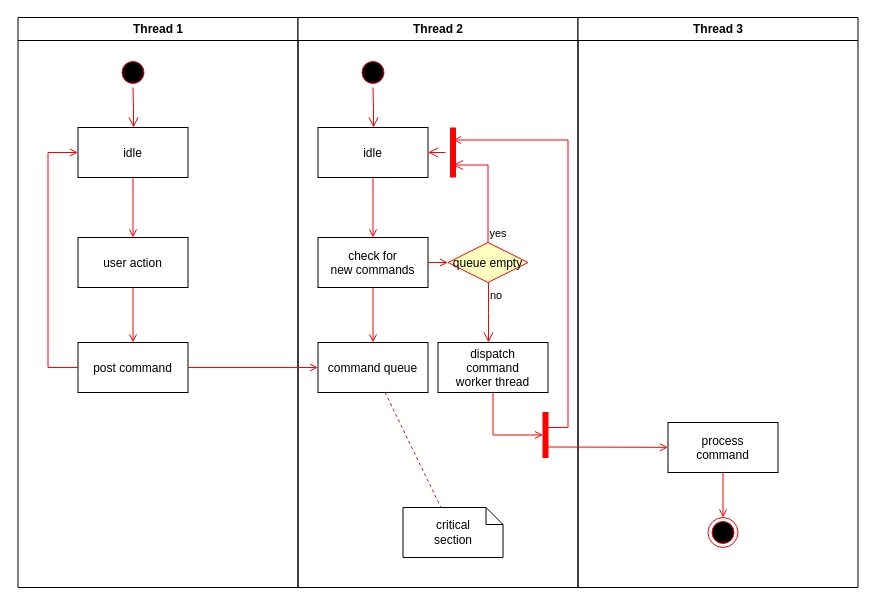
Earlier version of the draw.io diagram Flowchart - Run action.drawio (Tymo66/drawio). Source tidied: cells renumbered, new cells numbered last; positions are measured from the earlier drawing's top-left corner, leaving out a move shared by most shapes. Both pictures are drawn from the tidied source at 100%, with x=0, y=0 at pixel (17, 17).
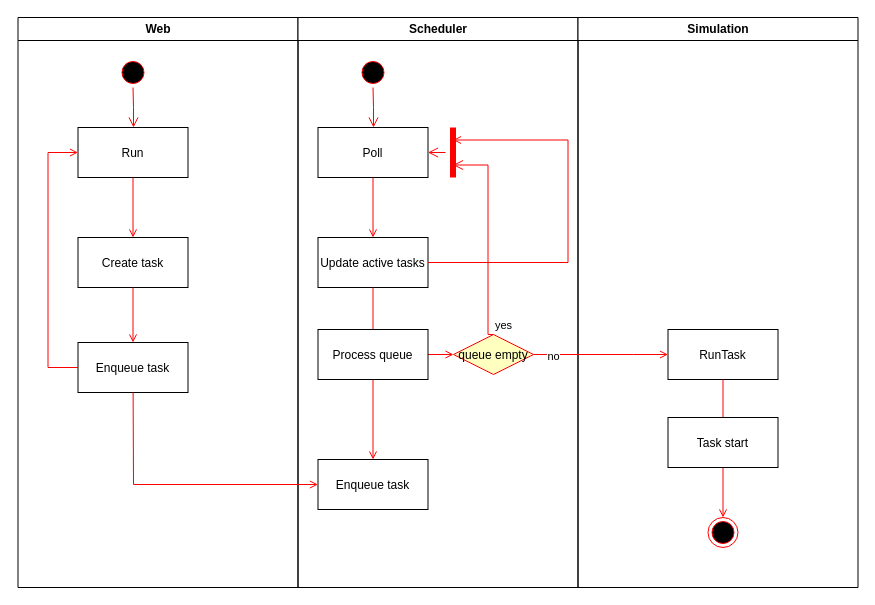
Above is the later version.

The change refers to these unchanged cells:
```xml
<mxCell id="23" style="shape=line;strokeWidth=6;strokeColor=#ff0000;rotation=90;" parent="11" vertex="1">
  <mxGeometry x="130" y="127.5" width="50" height="15" as="geometry" />
</mxCell>
```

Diff of the diagram source:
```diff
@@
-    <mxCell id="2" value="Thread 1" style="swimlane;whiteSpace=wrap;" parent="1" vertex="1">
+    <mxCell id="2" value="Web" style="swimlane;whiteSpace=wrap;" parent="1" vertex="1">
       <mxGeometry x="0.5" width="280" height="570" as="geometry" />
     </mxCell>
@@
-    <mxCell id="5" value="idle" parent="2" vertex="1">
+    <mxCell id="5" value="Run" parent="2" vertex="1">
       <mxGeometry x="60" y="110" width="110" height="50" as="geometry" />
     </mxCell>
-    <mxCell id="6" value="user action" parent="2" vertex="1">
+    <mxCell id="6" value="Create task" parent="2" vertex="1">
       <mxGeometry x="60" y="220" width="110" height="50" as="geometry" />
     </mxCell>
@@
-    <mxCell id="8" value="post command" parent="2" vertex="1">
+    <mxCell id="8" value="Enqueue task" parent="2" vertex="1">
       <mxGeometry x="60" y="325" width="110" height="50" as="geometry" />
     </mxCell>
@@
-    <mxCell id="11" value="Thread 2" style="swimlane;whiteSpace=wrap;" parent="1" vertex="1">
+    <mxCell id="11" value="Scheduler" style="swimlane;whiteSpace=wrap;" parent="1" vertex="1">
       <mxGeometry x="280.5" width="280" height="570" as="geometry" />
     </mxCell>
@@
-    <mxCell id="14" value="idle" parent="11" vertex="1">
+    <mxCell id="14" value="Poll" parent="11" vertex="1">
       <mxGeometry x="20" y="110" width="110" height="50" as="geometry" />
     </mxCell>
-    <mxCell id="15" value="check for &#10;new commands" parent="11" vertex="1">
+    <mxCell id="15" value="Update active tasks" parent="11" vertex="1">
       <mxGeometry x="20" y="220" width="110" height="50" as="geometry" />
     </mxCell>
@@
-    <mxCell id="17" value="command queue" parent="11" vertex="1">
-      <mxGeometry x="20" y="325" width="110" height="50" as="geometry" />
+    <mxCell id="17" value="Enqueue task" parent="11" vertex="1">
+      <mxGeometry x="20" y="442" width="110" height="50" as="geometry" />
     </mxCell>
@@
     <mxCell id="19" value="queue empty" style="rhombus;fillColor=#ffffc0;strokeColor=#ff0000;" parent="11" vertex="1">
-      <mxGeometry x="150" y="225" width="80" height="40" as="geometry" />
+      <mxGeometry x="155.5" y="317" width="80" height="40" as="geometry" />
     </mxCell>
@@
-    <mxCell id="21" value="no" style="edgeStyle=elbowEdgeStyle;elbow=horizontal;align=left;verticalAlign=top;endArrow=open;endSize=8;strokeColor=#FF0000;endFill=1;rounded=0;" parent="11" edge="1" source="19" target="25">
-      <mxGeometry x="-1" relative="1" as="geometry" />
-    </mxCell>
-    <mxCell id="22" style="endArrow=open;strokeColor=#FF0000;endFill=1;rounded=0;" parent="11" edge="1" source="15" target="19">
+    <mxCell id="22" style="endArrow=open;strokeColor=#FF0000;endFill=1;rounded=0;exitX=1;exitY=0.5;exitDx=0;exitDy=0;entryX=0;entryY=0.5;entryDx=0;entryDy=0;" parent="11" edge="1" source="37" target="19">
       <mxGeometry relative="1" as="geometry" />
     </mxCell>
@@
-    <mxCell id="25" value="dispatch&#10;command&#10;worker thread" parent="11" vertex="1">
-      <mxGeometry x="140" y="325" width="110" height="50" as="geometry" />
-    </mxCell>
-    <mxCell id="26" value="critical&#10;section" style="shape=note;whiteSpace=wrap;size=17;" parent="11" vertex="1">
-      <mxGeometry x="105" y="490" width="100" height="50" as="geometry" />
-    </mxCell>
-    <mxCell id="27" style="endArrow=none;strokeColor=#FF0000;endFill=0;rounded=0;dashed=1;" parent="11" edge="1" source="17" target="26">
-      <mxGeometry relative="1" as="geometry" />
-    </mxCell>
-    <mxCell id="28" style="whiteSpace=wrap;strokeColor=#FF0000;fillColor=#FF0000;" parent="11" vertex="1">
-      <mxGeometry x="245" y="395" width="5" height="45" as="geometry" />
-    </mxCell>
-    <mxCell id="29" style="edgeStyle=elbowEdgeStyle;elbow=horizontal;entryX=0;entryY=0.5;strokeColor=#FF0000;endArrow=open;endFill=1;rounded=0;" parent="11" edge="1" source="25" target="28">
-      <mxGeometry relative="1" as="geometry">
-        <Array as="points">
-          <mxPoint x="195" y="400" />
-        </Array>
-      </mxGeometry>
-    </mxCell>
+    <mxCell id="37" value="Process queue" parent="11" vertex="1">
+      <mxGeometry x="20" y="312" width="110" height="50" as="geometry" />
+    </mxCell>
+    <mxCell id="32" style="edgeStyle=elbowEdgeStyle;elbow=horizontal;strokeColor=#FF0000;endArrow=open;endFill=1;rounded=0;entryX=0.25;entryY=0.5;entryPerimeter=0;exitX=1;exitY=0.5;exitDx=0;exitDy=0;" parent="11" edge="1" source="15" target="23">
+      <mxGeometry relative="1" as="geometry">
+        <Array as="points">
+          <mxPoint x="270" y="135" />
+        </Array>
+      </mxGeometry>
+    </mxCell>
-    <mxCell id="30" value="Thread 3" style="swimlane;whiteSpace=wrap;" parent="1" vertex="1">
+    <mxCell id="30" value="Simulation" style="swimlane;whiteSpace=wrap;" parent="1" vertex="1">
       <mxGeometry x="560.5" width="280" height="570" as="geometry" />
     </mxCell>
-    <mxCell id="31" value="process&#10;command" parent="30" vertex="1">
-      <mxGeometry x="90" y="405" width="110" height="50" as="geometry" />
+    <mxCell id="31" value="RunTask" parent="30" vertex="1">
+      <mxGeometry x="90" y="312" width="110" height="50" as="geometry" />
     </mxCell>
-    <mxCell id="32" style="edgeStyle=elbowEdgeStyle;elbow=horizontal;strokeColor=#FF0000;endArrow=open;endFill=1;rounded=0;entryX=0.25;entryY=0.5;entryPerimeter=0;" parent="30" edge="1" target="23">
-      <mxGeometry relative="1" as="geometry">
-        <mxPoint x="-30" y="410" as="sourcePoint" />
-        <Array as="points">
-          <mxPoint x="-10" y="135" />
-        </Array>
-      </mxGeometry>
-    </mxCell>
-    <mxCell id="33" style="edgeStyle=none;strokeColor=#FF0000;endArrow=open;endFill=1;rounded=0;" parent="30" edge="1" target="31">
-      <mxGeometry relative="1" as="geometry">
-        <mxPoint x="-30" y="429.5" as="sourcePoint" />
-      </mxGeometry>
-    </mxCell>
@@
+    <mxCell id="38" value="Task start" parent="30" vertex="1">
+      <mxGeometry x="90" y="400" width="110" height="50" as="geometry" />
+    </mxCell>
     <mxCell id="36" style="endArrow=open;strokeColor=#FF0000;endFill=1;rounded=0;" parent="1" edge="1" source="8" target="17">
-      <mxGeometry relative="1" as="geometry" />
+      <mxGeometry relative="1" as="geometry">
+        <Array as="points">
+          <mxPoint x="116" y="467" />
+        </Array>
+      </mxGeometry>
     </mxCell>
+    <mxCell id="33" style="edgeStyle=none;strokeColor=#FF0000;endArrow=open;endFill=1;rounded=0;exitX=1;exitY=0.5;exitDx=0;exitDy=0;" parent="1" edge="1" source="19" target="31">
+      <mxGeometry relative="1" as="geometry">
+        <Array as="points">
+          <mxPoint x="616" y="337" />
+        </Array>
+      </mxGeometry>
+    </mxCell>
+    <mxCell id="21" value="no" style="edgeLabel;html=1;align=center;verticalAlign=middle;" parent="33" vertex="1">
+      <mxGeometry x="-0.72" y="-1" relative="1" as="geometry" />
+    </mxCell>
```
